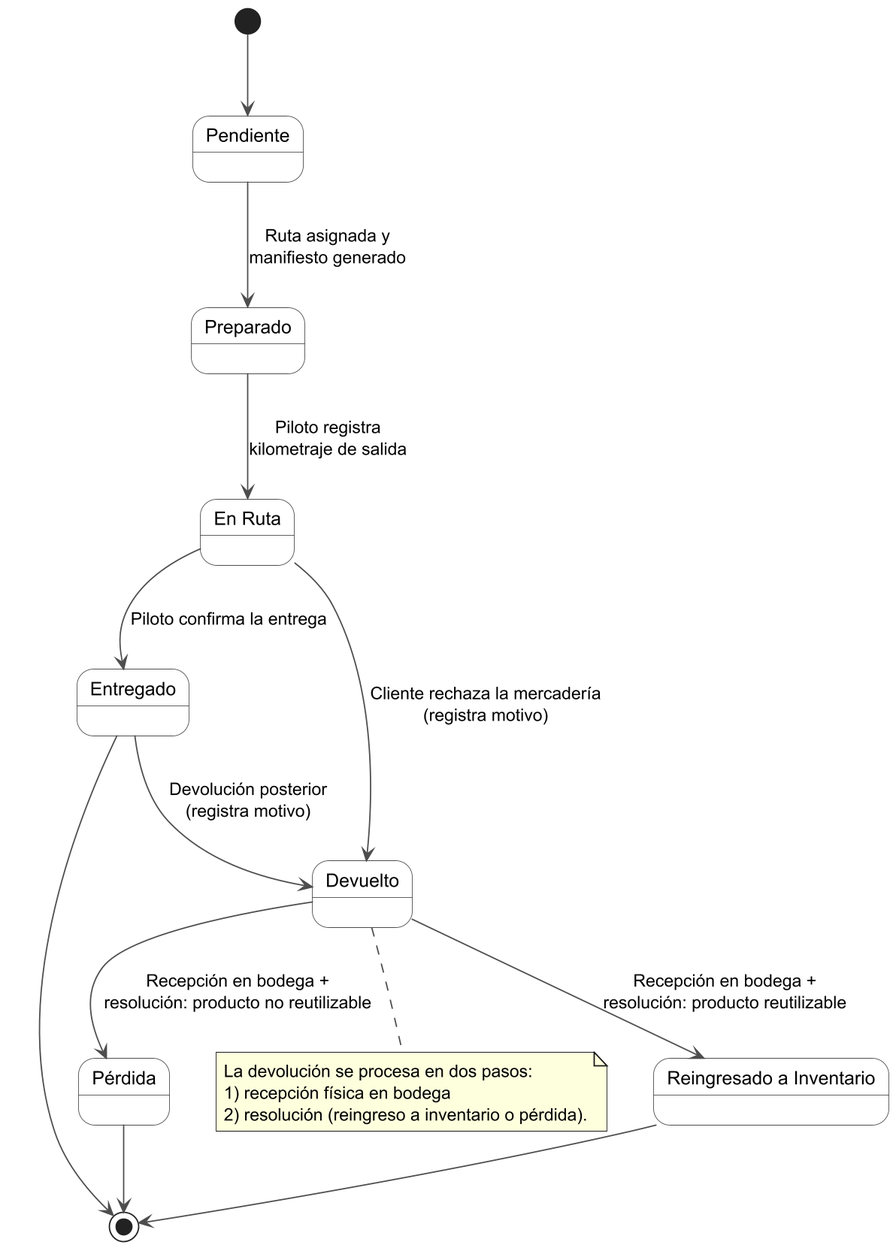
Before: diagramas/iteraciones/iteracion4_estados.png, a diagram exported from PlantUML (DecosUniversity/distri_yaneth_backend).
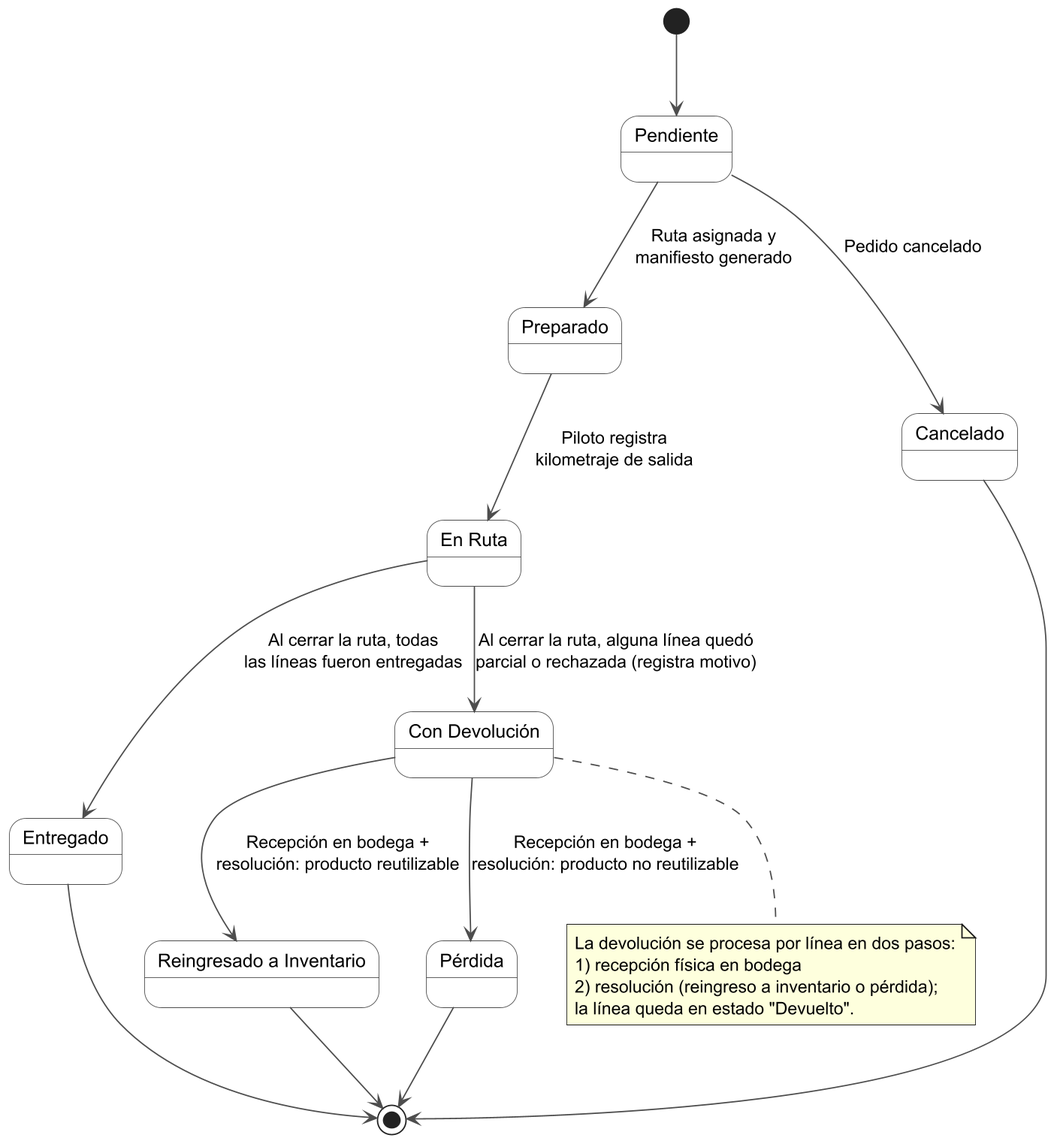
After the change.

The edit, as a diff of the source:
```diff
@@ -14,25 +14,28 @@
 state "Preparado" as Preparado
 state "En Ruta" as EnRuta
 state "Entregado" as Entregado
-state "Devuelto" as Devuelto
+state "Con Devolución" as ConDevolucion
+state "Cancelado" as Cancelado
 state "Reingresado a Inventario" as Reingreso
 state "Pérdida" as Perdida
 
 Pendiente --> Preparado : Ruta asignada y\nmanifiesto generado
+Pendiente --> Cancelado : Pedido cancelado
 Preparado --> EnRuta : Piloto registra\nkilometraje de salida
-EnRuta --> Entregado : Piloto confirma la entrega
-EnRuta --> Devuelto : Cliente rechaza la mercadería\n(registra motivo)
-Entregado --> Devuelto : Devolución posterior\n(registra motivo)
-Devuelto --> Reingreso : Recepción en bodega +\nresolución: producto reutilizable
-Devuelto --> Perdida : Recepción en bodega +\nresolución: producto no reutilizable
+EnRuta --> Entregado : Al cerrar la ruta, todas\nlas líneas fueron entregadas
+EnRuta --> ConDevolucion : Al cerrar la ruta, alguna línea quedó\nparcial o rechazada (registra motivo)
+ConDevolucion --> Reingreso : Recepción en bodega +\nresolución: producto reutilizable
+ConDevolucion --> Perdida : Recepción en bodega +\nresolución: producto no reutilizable
 Entregado --> [*]
+Cancelado --> [*]
 Reingreso --> [*]
 Perdida --> [*]
 
-note bottom of Devuelto
-  La devolución se procesa en dos pasos:
+note bottom of ConDevolucion
+  La devolución se procesa por línea en dos pasos:
   1) recepción física en bodega
-  2) resolución (reingreso a inventario o pérdida).
+  2) resolución (reingreso a inventario o pérdida);
+  la línea queda en estado "Devuelto".
 end note
 
 @enduml
```
